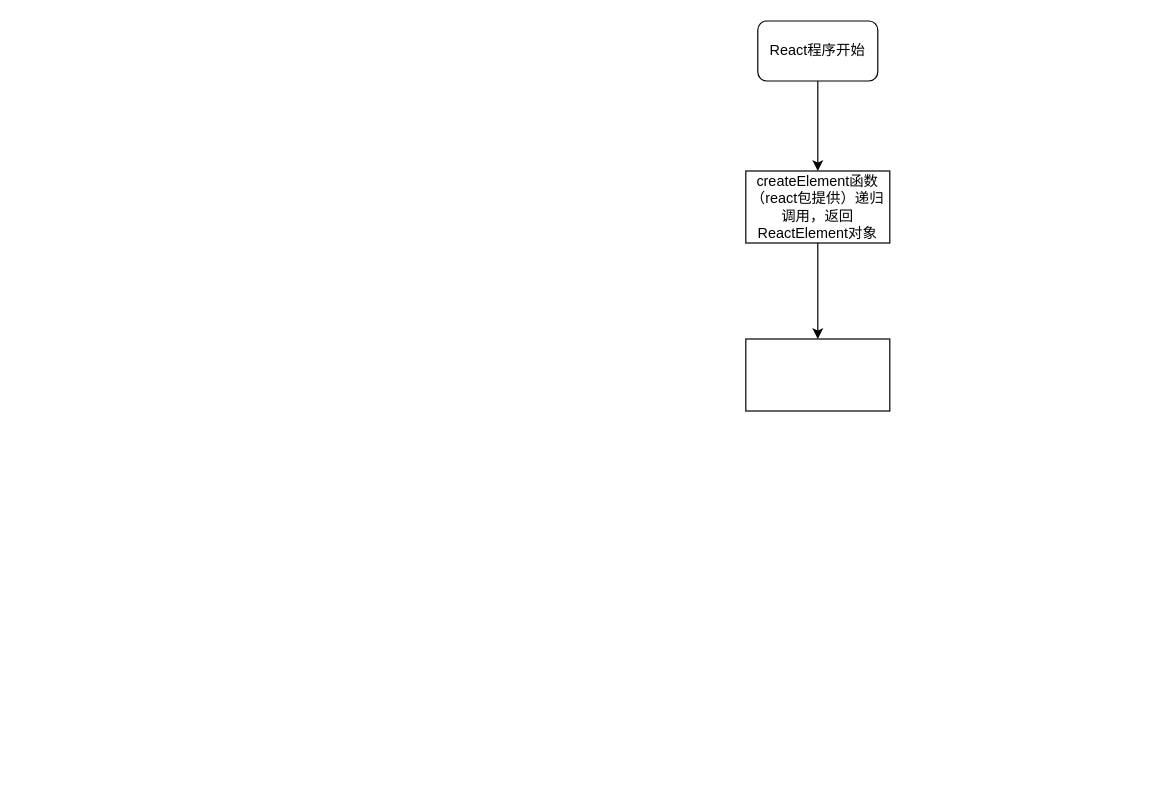
The draw.io diagram page "React执行过程" (1 of 3) of dio/Untitled Diagram.drawio in laterbuy/blogTalk, before the edit. Source tidied: cells renumbered, new cells numbered last; positions are measured from the earlier drawing's top-left corner, leaving out a move shared by most shapes. Both pictures are drawn from the tidied source at 120%, with x=0, y=0 at pixel (745, 20).
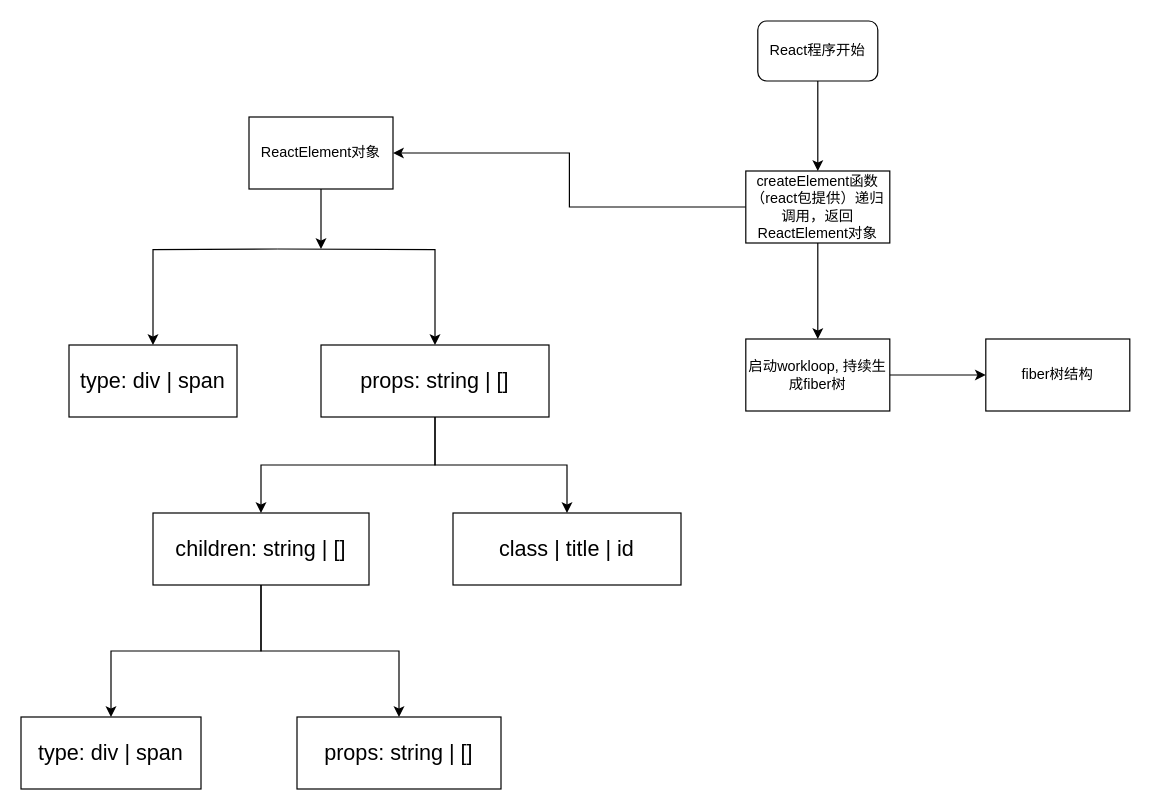
The same diagram, later.

Commit message:
fiber树的大体结构

The change refers to these unchanged cells:
```xml
<mxCell id="5" value="createElement函数（react包提供）递归调用，返回ReactElement对象" style="rounded=0;whiteSpace=wrap;html=1;" parent="1" vertex="1">
  <mxGeometry y="125" width="120" height="60" as="geometry" />
</mxCell>
```

The edit, as a diff of the source:
```diff
@@
+    <mxCell id="7" style="edgeStyle=orthogonalEdgeStyle;rounded=0;jettySize=auto;html=1;fontSize=18;" parent="1" edge="1" source="5" target="22">
+      <mxGeometry relative="1" as="geometry" />
+    </mxCell>
@@
+    <mxCell id="8" style="edgeStyle=orthogonalEdgeStyle;rounded=0;jettySize=auto;html=1;fontSize=18;" parent="1" edge="1" source="6" target="23">
+      <mxGeometry relative="1" as="geometry" />
+    </mxCell>
-    <mxCell id="6" style="rounded=0;whiteSpace=wrap;html=1;" parent="1" vertex="1">
+    <mxCell id="6" value="启动workloop, 持续生成fiber树" style="rounded=0;whiteSpace=wrap;html=1;" parent="1" vertex="1">
       <mxGeometry y="265" width="120" height="60" as="geometry" />
     </mxCell>
+    <mxCell id="9" style="edgeStyle=orthogonalEdgeStyle;rounded=0;jettySize=auto;html=1;fontSize=18;" parent="1" edge="1" target="11">
+      <mxGeometry relative="1" as="geometry">
+        <mxPoint x="-390" y="190" as="sourcePoint" />
+      </mxGeometry>
+    </mxCell>
+    <mxCell id="10" style="edgeStyle=orthogonalEdgeStyle;rounded=0;jettySize=auto;html=1;fontSize=18;" parent="1" edge="1" target="14">
+      <mxGeometry relative="1" as="geometry">
+        <mxPoint x="-390" y="190" as="sourcePoint" />
+      </mxGeometry>
+    </mxCell>
+    <mxCell id="11" value="type: div | span" style="whiteSpace=wrap;html=1;fontSize=18;rounded=0;" parent="1" vertex="1">
+      <mxGeometry x="-564" y="270" width="140" height="60" as="geometry" />
+    </mxCell>
+    <mxCell id="12" style="edgeStyle=orthogonalEdgeStyle;rounded=0;jettySize=auto;html=1;fontSize=18;" parent="1" edge="1" source="14" target="17">
+      <mxGeometry relative="1" as="geometry" />
+    </mxCell>
+    <mxCell id="13" style="edgeStyle=orthogonalEdgeStyle;rounded=0;jettySize=auto;html=1;fontSize=18;" parent="1" edge="1" source="14" target="18">
+      <mxGeometry relative="1" as="geometry" />
+    </mxCell>
+    <mxCell id="14" value="props: string | []" style="whiteSpace=wrap;html=1;fontSize=18;rounded=0;" parent="1" vertex="1">
+      <mxGeometry x="-354" y="270" width="190" height="60" as="geometry" />
+    </mxCell>
+    <mxCell id="15" style="edgeStyle=orthogonalEdgeStyle;rounded=0;jettySize=auto;html=1;fontSize=18;" parent="1" edge="1" source="17" target="19">
+      <mxGeometry relative="1" as="geometry" />
+    </mxCell>
+    <mxCell id="16" style="edgeStyle=orthogonalEdgeStyle;rounded=0;jettySize=auto;html=1;fontSize=18;" parent="1" edge="1" source="17" target="20">
+      <mxGeometry relative="1" as="geometry" />
+    </mxCell>
+    <mxCell id="17" value="&lt;span&gt;children: string | []&lt;/span&gt;" style="rounded=0;whiteSpace=wrap;html=1;fontSize=18;" parent="1" vertex="1">
+      <mxGeometry x="-494" y="410" width="180" height="60" as="geometry" />
+    </mxCell>
+    <mxCell id="18" value="class | title | id" style="whiteSpace=wrap;html=1;fontSize=18;rounded=0;" parent="1" vertex="1">
+      <mxGeometry x="-244" y="410" width="190" height="60" as="geometry" />
+    </mxCell>
+    <mxCell id="19" value="&lt;span&gt;type: div | span&lt;/span&gt;" style="rounded=0;whiteSpace=wrap;html=1;fontSize=18;" parent="1" vertex="1">
+      <mxGeometry x="-604" y="580" width="150" height="60" as="geometry" />
+    </mxCell>
+    <mxCell id="20" value="&lt;span&gt;props: string | []&lt;/span&gt;" style="whiteSpace=wrap;html=1;fontSize=18;rounded=0;" parent="1" vertex="1">
+      <mxGeometry x="-374" y="580" width="170" height="60" as="geometry" />
+    </mxCell>
+    <mxCell id="21" style="edgeStyle=orthogonalEdgeStyle;rounded=0;jettySize=auto;html=1;fontSize=18;" parent="1" edge="1" source="22">
+      <mxGeometry relative="1" as="geometry">
+        <mxPoint x="-354" y="190" as="targetPoint" />
+      </mxGeometry>
+    </mxCell>
+    <mxCell id="22" value="ReactElement对象" style="rounded=0;whiteSpace=wrap;html=1;" parent="1" vertex="1">
+      <mxGeometry x="-414" y="80" width="120" height="60" as="geometry" />
+    </mxCell>
+    <mxCell id="23" value="fiber树结构" style="whiteSpace=wrap;html=1;rounded=0;" parent="1" vertex="1">
+      <mxGeometry x="200" y="265" width="120" height="60" as="geometry" />
+    </mxCell>
```
